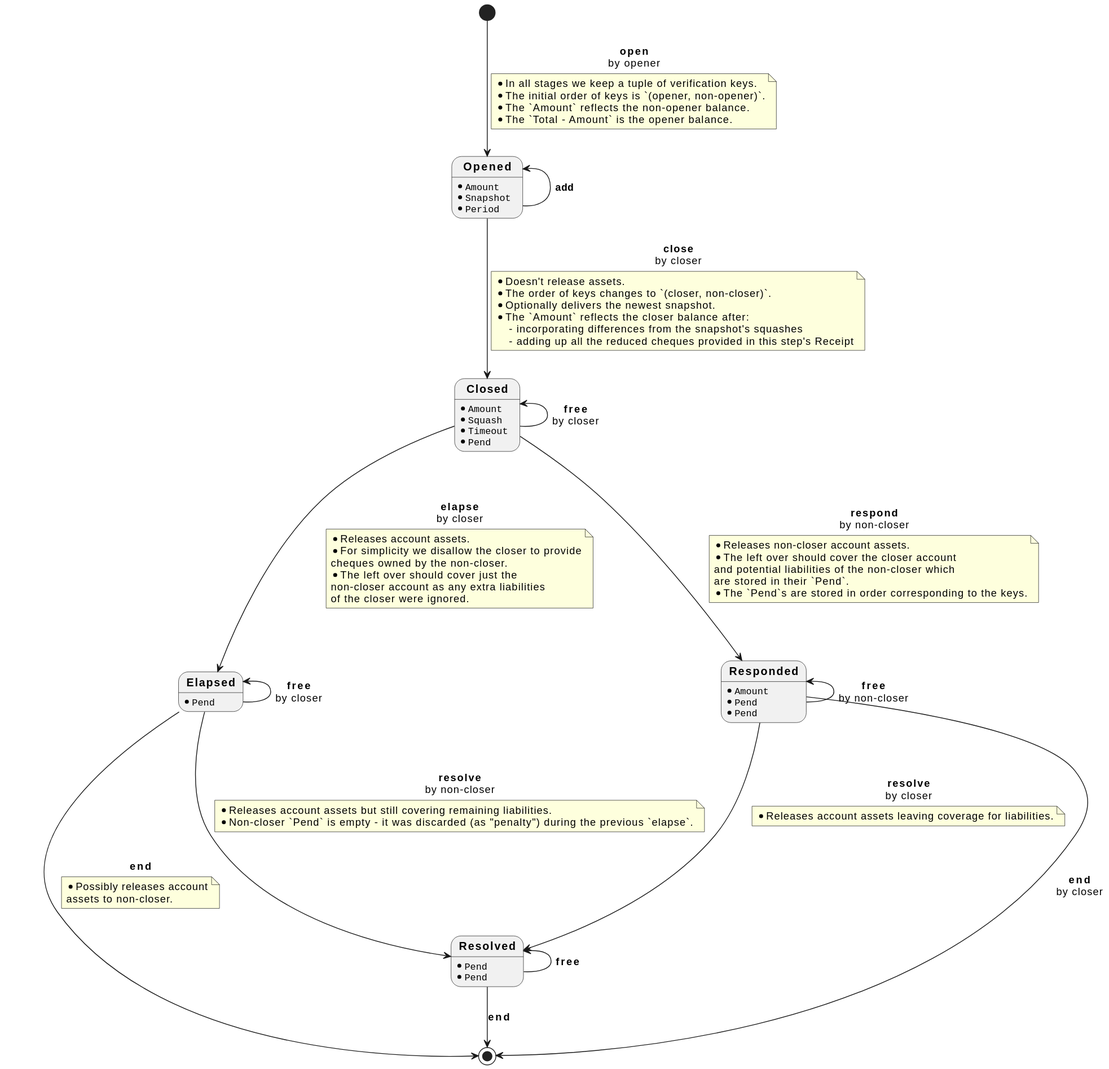
Before: docs/design/l1-spec/stages.svg, a diagram exported from PlantUML (cardano-lightning/cardano-lightning).
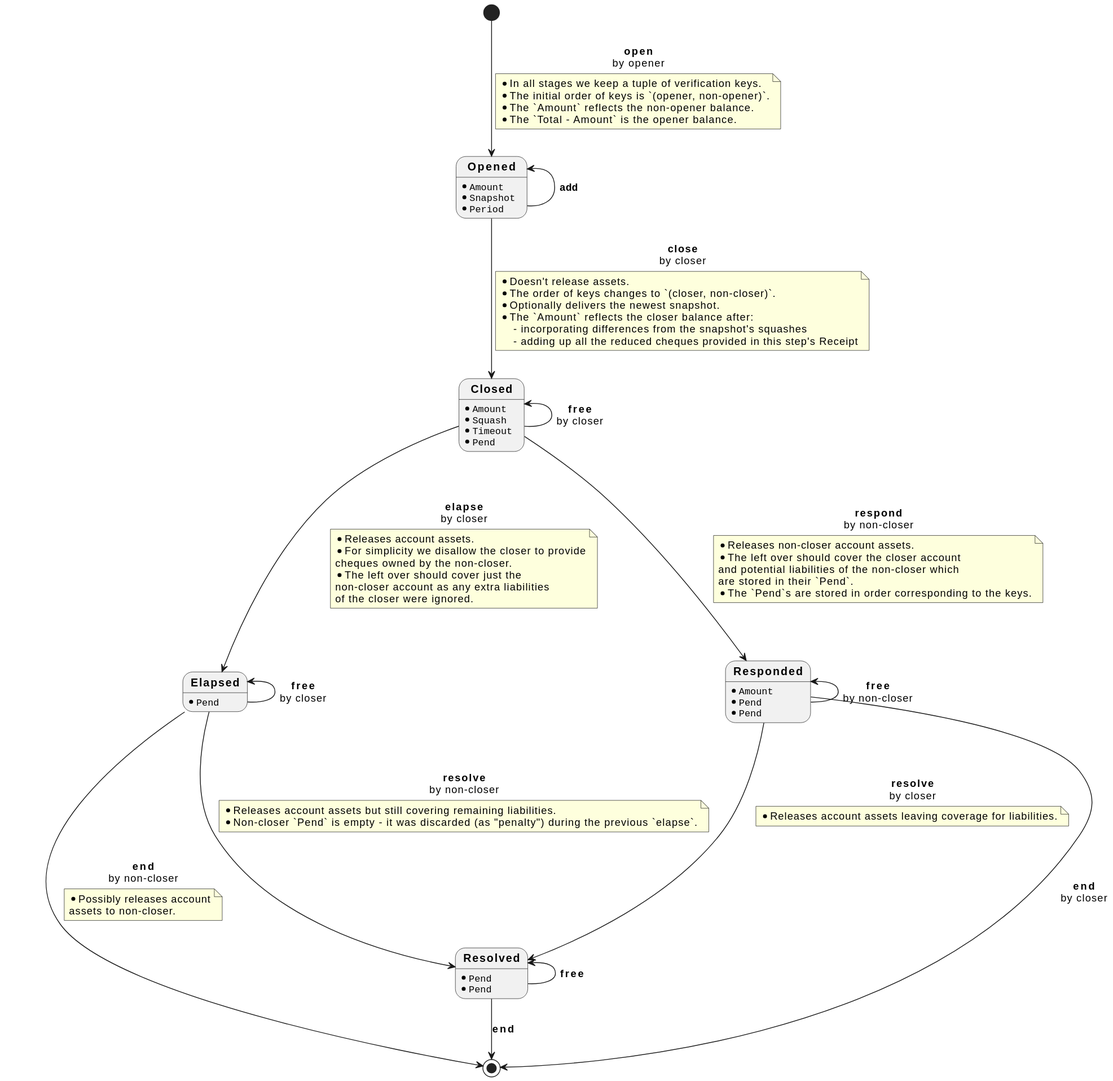
Later version of the same file.

Diff of the diagram source:
```diff
@@ -72,7 +72,7 @@
   * Releases account assets but still covering remaining liabilities.
   * Non-closer `Pend` is empty - it was discarded (as "penalty") during the previous `elapse`.
 end note
-Elapsed --d-> [*] : <b>end</b>
+Elapsed --d-> [*] : <b>end</b>\nby non-closer
 note on link
   * Possibly releases account
   assets to non-closer.
```
